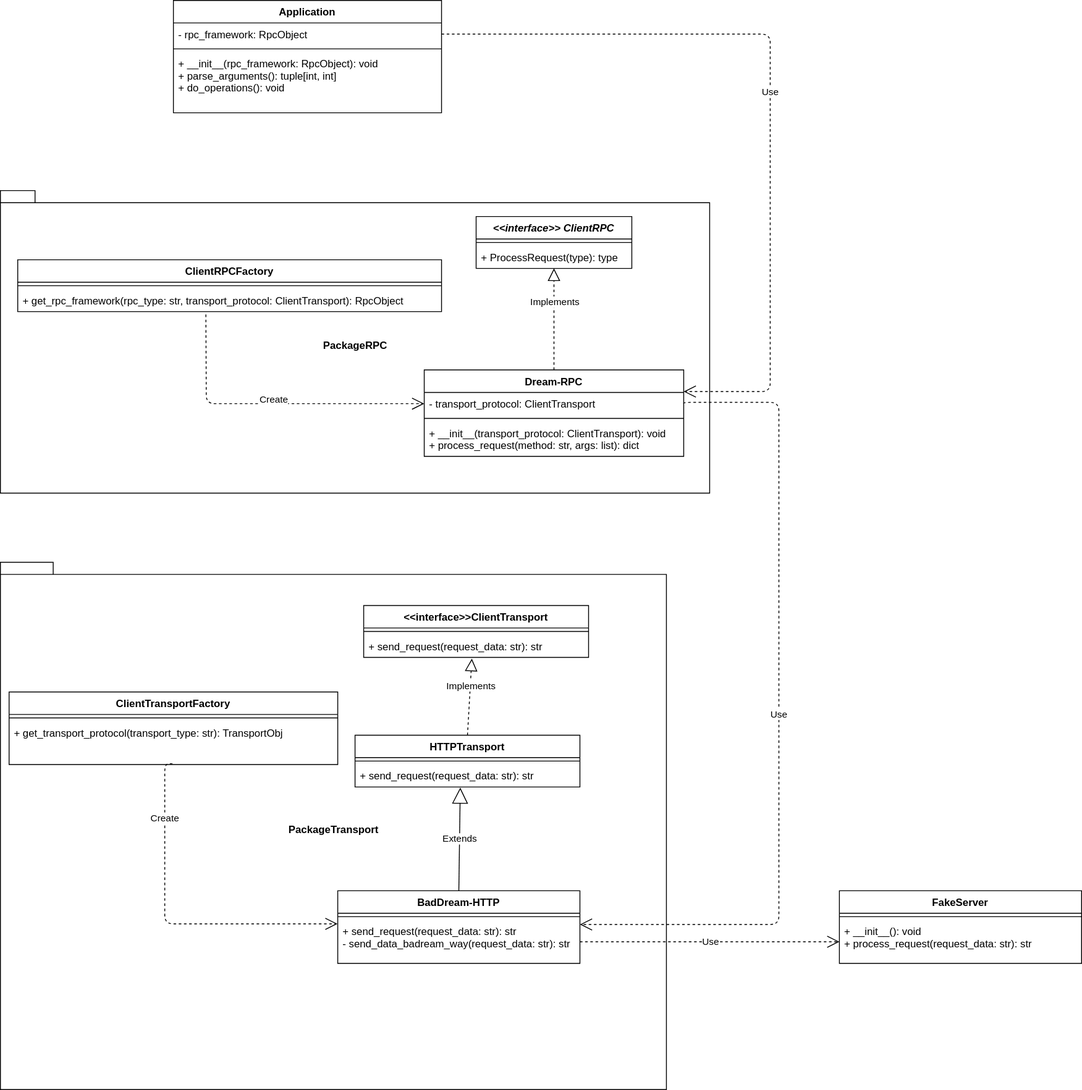
The draw.io diagram 01_Design/02_ClassDiagram.drawio.svg in AbhimanyuMarupaka/RpcFramework, before a commit. Source tidied: cells renumbered, new cells last; positions are measured from the earlier drawing's top-left corner, leaving out a move shared by most shapes. The source it was exported from:
```xml
<mxGraphModel>
  <root>
    <mxCell id="0" />
    <mxCell id="1" parent="0" />
    <mxCell id="2" value="Application" style="swimlane;fontStyle=1;align=center;verticalAlign=top;horizontal=1;startSize=26;" parent="1" vertex="1">
      <mxGeometry x="200" width="310" height="130" as="geometry" />
    </mxCell>
    <mxCell id="3" value="- rpc_framework: RpcObject" style="text;strokeColor=none;fillColor=none;align=left;verticalAlign=top;spacingLeft=4;spacingRight=4;overflow=hidden;points=[[0,0.5],[1,0.5]];portConstraint=eastwest;" parent="2" vertex="1">
      <mxGeometry y="26" width="310" height="26" as="geometry" />
    </mxCell>
    <mxCell id="4" style="line;strokeWidth=1;fillColor=none;align=left;verticalAlign=middle;spacingTop=-1;spacingLeft=3;spacingRight=3;labelPosition=right;strokeColor=inherit;" parent="2" vertex="1">
      <mxGeometry y="52" width="310" height="8" as="geometry" />
    </mxCell>
    <mxCell id="5" value="+ __init__(rpc_framework: RpcObject): void &#10;+ parse_arguments(): tuple[int, int] &#10;+ do_operations(): void" style="text;strokeColor=none;fillColor=none;align=left;verticalAlign=top;spacingLeft=4;spacingRight=4;overflow=hidden;" parent="2" vertex="1">
      <mxGeometry y="60" width="310" height="70" as="geometry" />
    </mxCell>
    <mxCell id="6" value="PackageRPC" style="shape=folder;fontStyle=1;spacingTop=10;tabWidth=40;tabHeight=14;tabPosition=left;html=1;" parent="1" vertex="1">
      <mxGeometry y="220" width="820" height="350" as="geometry" />
    </mxCell>
    <mxCell id="7" value="&lt;&lt;interface&gt;&gt; ClientRPC" style="swimlane;fontStyle=3;align=center;verticalAlign=top;horizontal=1;startSize=26;" parent="1" vertex="1">
      <mxGeometry x="550" y="250" width="180" height="60" as="geometry" />
    </mxCell>
    <mxCell id="8" style="line;strokeWidth=1;fillColor=none;align=left;verticalAlign=middle;spacingTop=-1;spacingLeft=3;spacingRight=3;labelPosition=right;strokeColor=inherit;" parent="7" vertex="1">
      <mxGeometry y="26" width="180" height="8" as="geometry" />
    </mxCell>
    <mxCell id="9" value="+ ProcessRequest(type): type" style="text;strokeColor=none;fillColor=none;align=left;verticalAlign=top;spacingLeft=4;spacingRight=4;overflow=hidden;" parent="7" vertex="1">
      <mxGeometry y="34" width="180" height="26" as="geometry" />
    </mxCell>
    <mxCell id="10" value="Dream-RPC" style="swimlane;fontStyle=1;align=center;verticalAlign=top;horizontal=1;startSize=26;" parent="1" vertex="1">
      <mxGeometry x="490" y="427.5" width="300" height="100" as="geometry" />
    </mxCell>
    <mxCell id="11" value="- transport_protocol: ClientTransport" style="text;strokeColor=none;fillColor=none;align=left;verticalAlign=top;spacingLeft=4;spacingRight=4;overflow=hidden;points=[[0,0.5],[1,0.5]];portConstraint=eastwest;" parent="10" vertex="1">
      <mxGeometry y="26" width="300" height="26" as="geometry" />
    </mxCell>
    <mxCell id="12" style="line;strokeWidth=1;fillColor=none;align=left;verticalAlign=middle;spacingTop=-1;spacingLeft=3;spacingRight=3;labelPosition=right;strokeColor=inherit;" parent="10" vertex="1">
      <mxGeometry y="52" width="300" height="8" as="geometry" />
    </mxCell>
    <mxCell id="13" value="+ __init__(transport_protocol: ClientTransport): void &#10;+ process_request(method: str, args: list): dict" style="text;strokeColor=none;fillColor=none;align=left;verticalAlign=top;spacingLeft=4;spacingRight=4;overflow=hidden;" parent="10" vertex="1">
      <mxGeometry y="60" width="300" height="40" as="geometry" />
    </mxCell>
    <mxCell id="14" style="endArrow=block;dashed=1;endFill=0;endSize=12;html=1;exitX=0.5;exitY=0;exitDx=0;exitDy=0;entryX=0.5;entryY=1;entryDx=0;entryDy=0;" parent="1" edge="1" source="10" target="7">
      <mxGeometry relative="1" as="geometry" />
    </mxCell>
    <mxCell id="15" value="Implements" style="edgeLabel;html=1;align=center;verticalAlign=middle;" parent="14" vertex="1">
      <mxGeometry x="0.53" y="-4" relative="1" as="geometry">
        <mxPoint x="-4" y="10" as="offset" />
      </mxGeometry>
    </mxCell>
    <mxCell id="16" value="ClientRPCFactory" style="swimlane;fontStyle=1;align=center;verticalAlign=top;horizontal=1;startSize=26;" parent="1" vertex="1">
      <mxGeometry x="20" y="300" width="490" height="60" as="geometry" />
    </mxCell>
    <mxCell id="17" style="line;strokeWidth=1;fillColor=none;align=left;verticalAlign=middle;spacingTop=-1;spacingLeft=3;spacingRight=3;labelPosition=right;strokeColor=inherit;" parent="16" vertex="1">
      <mxGeometry y="26" width="490" height="8" as="geometry" />
    </mxCell>
    <mxCell id="18" value="+ get_rpc_framework(rpc_type: str, transport_protocol: ClientTransport): RpcObject" style="text;strokeColor=none;fillColor=none;align=left;verticalAlign=top;spacingLeft=4;spacingRight=4;overflow=hidden;points=[[0,0.5],[1,0.5]];portConstraint=eastwest;" parent="16" vertex="1">
      <mxGeometry y="34" width="490" height="26" as="geometry" />
    </mxCell>
    <mxCell id="19" value="PackageTransport" style="shape=folder;fontStyle=1;spacingTop=10;tabWidth=40;tabHeight=14;tabPosition=left;html=1;" parent="1" vertex="1">
      <mxGeometry y="650" width="770" height="610" as="geometry" />
    </mxCell>
    <mxCell id="20" value="BadDream-HTTP" style="swimlane;fontStyle=1;align=center;verticalAlign=top;horizontal=1;startSize=26;rotation=0;" parent="1" vertex="1">
      <mxGeometry x="390" y="1030" width="280" height="84" as="geometry" />
    </mxCell>
    <mxCell id="21" style="line;strokeWidth=1;fillColor=none;align=left;verticalAlign=middle;spacingTop=-1;spacingLeft=3;spacingRight=3;labelPosition=right;strokeColor=inherit;" parent="20" vertex="1">
      <mxGeometry y="26" width="280" height="8" as="geometry" />
    </mxCell>
    <mxCell id="22" value="+ send_request(request_data: str): str &#10;- send_data_badream_way(request_data: str): str " style="text;strokeColor=none;fillColor=none;align=left;verticalAlign=top;spacingLeft=4;spacingRight=4;overflow=hidden;points=[[0,0.5],[1,0.5]];portConstraint=eastwest;" parent="20" vertex="1">
      <mxGeometry y="34" width="280" height="50" as="geometry" />
    </mxCell>
    <mxCell id="23" value="HTTPTransport" style="swimlane;fontStyle=1;align=center;verticalAlign=top;horizontal=1;startSize=26;rotation=0;" parent="1" vertex="1">
      <mxGeometry x="410" y="850" width="260" height="60" as="geometry" />
    </mxCell>
    <mxCell id="24" style="line;strokeWidth=1;fillColor=none;align=left;verticalAlign=middle;spacingTop=-1;spacingLeft=3;spacingRight=3;labelPosition=right;strokeColor=inherit;" parent="23" vertex="1">
      <mxGeometry y="26" width="260" height="8" as="geometry" />
    </mxCell>
    <mxCell id="25" value="+ send_request(request_data: str): str" style="text;strokeColor=none;fillColor=none;align=left;verticalAlign=top;spacingLeft=4;spacingRight=4;overflow=hidden;points=[[0,0.5],[1,0.5]];portConstraint=eastwest;" parent="23" vertex="1">
      <mxGeometry y="34" width="260" height="26" as="geometry" />
    </mxCell>
    <mxCell id="26" style="endArrow=block;dashed=1;endFill=0;endSize=12;html=1;exitX=0.5;exitY=0;exitDx=0;exitDy=0;entryX=0.481;entryY=1.058;entryDx=0;entryDy=0;entryPerimeter=0;" parent="1" edge="1" source="23" target="35">
      <mxGeometry relative="1" as="geometry" />
    </mxCell>
    <mxCell id="27" value="Implements" style="edgeLabel;html=1;align=center;verticalAlign=middle;" parent="26" vertex="1">
      <mxGeometry x="0.53" y="-4" relative="1" as="geometry">
        <mxPoint x="-4" y="10" as="offset" />
      </mxGeometry>
    </mxCell>
    <mxCell id="28" value="Extends" style="endArrow=block;endSize=16;endFill=0;html=1;exitX=0.5;exitY=0;exitDx=0;exitDy=0;entryX=0.468;entryY=1.026;entryDx=0;entryDy=0;entryPerimeter=0;elbow=vertical;" parent="1" edge="1" source="20" target="25">
      <mxGeometry relative="1" as="geometry" />
    </mxCell>
    <mxCell id="29" value="Create" style="endArrow=open;endSize=12;dashed=1;html=1;exitX=0.444;exitY=1.128;exitDx=0;exitDy=0;exitPerimeter=0;entryX=0;entryY=0.5;entryDx=0;entryDy=0;edgeStyle=elbowEdgeStyle;" parent="1" edge="1" source="18" target="11">
      <mxGeometry x="0.02" y="5" relative="1" as="geometry">
        <Array as="points">
          <mxPoint x="238" y="380" />
          <mxPoint x="100" y="465" />
        </Array>
      </mxGeometry>
    </mxCell>
    <mxCell id="30" value="Create" style="endArrow=open;endSize=12;dashed=1;html=1;edgeStyle=elbowEdgeStyle;exitX=0.497;exitY=0.98;exitDx=0;exitDy=0;exitPerimeter=0;entryX=-0.001;entryY=0.086;entryDx=0;entryDy=0;entryPerimeter=0;" parent="1" edge="1" source="38" target="22">
      <mxGeometry x="-0.64" relative="1" as="geometry">
        <Array as="points">
          <mxPoint x="190" y="1030" />
          <mxPoint x="184" y="1010" />
          <mxPoint x="114" y="960" />
          <mxPoint x="80" y="995.7" />
        </Array>
      </mxGeometry>
    </mxCell>
    <mxCell id="31" value="Use" style="endArrow=open;endSize=12;dashed=1;html=1;exitX=1;exitY=0.5;exitDx=0;exitDy=0;edgeStyle=elbowEdgeStyle;entryX=1;entryY=0.25;entryDx=0;entryDy=0;" parent="1" edge="1" source="3" target="10">
      <mxGeometry relative="1" as="geometry">
        <Array as="points">
          <mxPoint x="890" y="230" />
          <mxPoint x="680" y="180" />
        </Array>
      </mxGeometry>
    </mxCell>
    <mxCell id="32" value="Use" style="endArrow=open;endSize=12;dashed=1;html=1;exitX=1;exitY=0.5;exitDx=0;exitDy=0;edgeStyle=orthogonalEdgeStyle;" parent="1" edge="1" source="11">
      <mxGeometry relative="1" as="geometry">
        <mxPoint x="670" y="1069" as="targetPoint" />
        <Array as="points">
          <mxPoint x="900" y="465" />
          <mxPoint x="900" y="1069" />
        </Array>
      </mxGeometry>
    </mxCell>
    <mxCell id="33" value="&lt;&lt;interface&gt;&gt;ClientTransport" style="swimlane;fontStyle=1;align=center;verticalAlign=top;horizontal=1;startSize=26;rotation=0;" parent="1" vertex="1">
      <mxGeometry x="420" y="700" width="260" height="60" as="geometry" />
    </mxCell>
    <mxCell id="34" style="line;strokeWidth=1;fillColor=none;align=left;verticalAlign=middle;spacingTop=-1;spacingLeft=3;spacingRight=3;labelPosition=right;strokeColor=inherit;" parent="33" vertex="1">
      <mxGeometry y="26" width="260" height="8" as="geometry" />
    </mxCell>
    <mxCell id="35" value="+ send_request(request_data: str): str" style="text;strokeColor=none;fillColor=none;align=left;verticalAlign=top;spacingLeft=4;spacingRight=4;overflow=hidden;points=[[0,0.5],[1,0.5]];portConstraint=eastwest;" parent="33" vertex="1">
      <mxGeometry y="34" width="260" height="26" as="geometry" />
    </mxCell>
    <mxCell id="36" value="ClientTransportFactory" style="swimlane;fontStyle=1;align=center;verticalAlign=top;horizontal=1;startSize=26;rotation=0;" parent="1" vertex="1">
      <mxGeometry x="10" y="800" width="380" height="84" as="geometry" />
    </mxCell>
    <mxCell id="37" style="line;strokeWidth=1;fillColor=none;align=left;verticalAlign=middle;spacingTop=-1;spacingLeft=3;spacingRight=3;labelPosition=right;strokeColor=inherit;" parent="36" vertex="1">
      <mxGeometry y="26" width="380" height="8" as="geometry" />
    </mxCell>
    <mxCell id="38" value="+ get_transport_protocol(transport_type: str): TransportObj" style="text;strokeColor=none;fillColor=none;align=left;verticalAlign=top;spacingLeft=4;spacingRight=4;overflow=hidden;points=[[0,0.5],[1,0.5]];portConstraint=eastwest;" parent="36" vertex="1">
      <mxGeometry y="34" width="380" height="50" as="geometry" />
    </mxCell>
    <mxCell id="39" value="FakeServer" style="swimlane;fontStyle=1;align=center;verticalAlign=top;horizontal=1;startSize=26;rotation=0;" parent="1" vertex="1">
      <mxGeometry x="970" y="1030" width="280" height="84" as="geometry" />
    </mxCell>
    <mxCell id="40" style="line;strokeWidth=1;fillColor=none;align=left;verticalAlign=middle;spacingTop=-1;spacingLeft=3;spacingRight=3;labelPosition=right;strokeColor=inherit;" parent="39" vertex="1">
      <mxGeometry y="26" width="280" height="8" as="geometry" />
    </mxCell>
    <mxCell id="41" value=" + __init__(): void &#10;+ process_request(request_data: str): str" style="text;strokeColor=none;fillColor=none;align=left;verticalAlign=top;spacingLeft=4;spacingRight=4;overflow=hidden;points=[[0,0.5],[1,0.5]];portConstraint=eastwest;" parent="39" vertex="1">
      <mxGeometry y="34" width="280" height="50" as="geometry" />
    </mxCell>
    <mxCell id="42" value="Use" style="endArrow=open;endSize=12;dashed=1;html=1;exitX=1;exitY=0.5;exitDx=0;exitDy=0;" parent="1" edge="1" source="22" target="41">
      <mxGeometry relative="1" as="geometry" />
    </mxCell>
  </root>
</mxGraphModel>
```
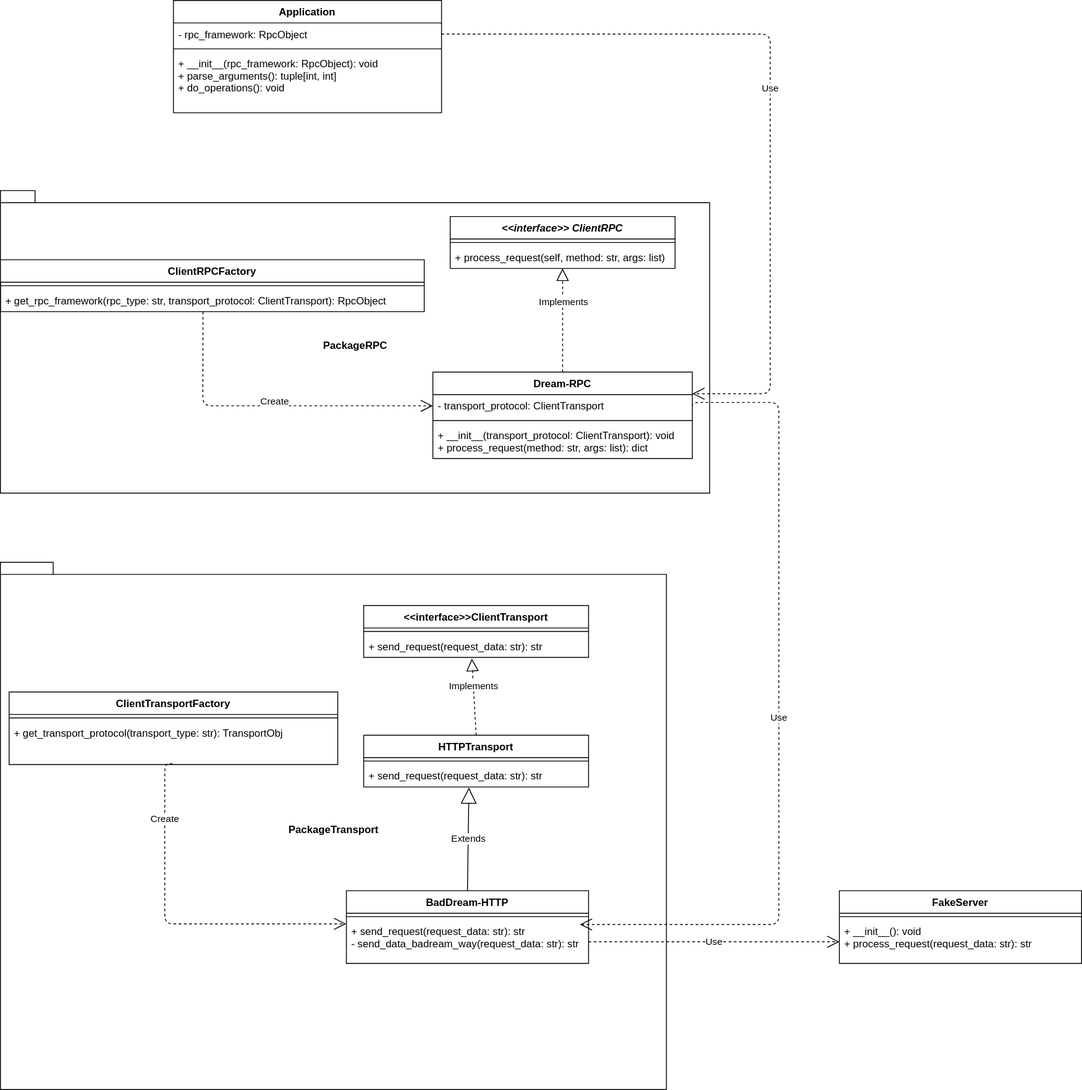
Later version of the same file.

Commit message:
Correct the ClientTransport interface file method.

What changed in the source:
```diff
@@ -18,16 +18,16 @@
       <mxGeometry y="220" width="820" height="350" as="geometry" />
     </mxCell>
     <mxCell id="7" value="&lt;&lt;interface&gt;&gt; ClientRPC" style="swimlane;fontStyle=3;align=center;verticalAlign=top;horizontal=1;startSize=26;" parent="1" vertex="1">
-      <mxGeometry x="550" y="250" width="180" height="60" as="geometry" />
+      <mxGeometry x="520" y="250" width="260" height="60" as="geometry" />
     </mxCell>
     <mxCell id="8" style="line;strokeWidth=1;fillColor=none;align=left;verticalAlign=middle;spacingTop=-1;spacingLeft=3;spacingRight=3;labelPosition=right;strokeColor=inherit;" parent="7" vertex="1">
-      <mxGeometry y="26" width="180" height="8" as="geometry" />
+      <mxGeometry y="26" width="260" height="8" as="geometry" />
     </mxCell>
-    <mxCell id="9" value="+ ProcessRequest(type): type" style="text;strokeColor=none;fillColor=none;align=left;verticalAlign=top;spacingLeft=4;spacingRight=4;overflow=hidden;" parent="7" vertex="1">
-      <mxGeometry y="34" width="180" height="26" as="geometry" />
+    <mxCell id="9" value="+ process_request(self, method: str, args: list)" style="text;strokeColor=none;fillColor=none;align=left;verticalAlign=top;spacingLeft=4;spacingRight=4;overflow=hidden;" parent="7" vertex="1">
+      <mxGeometry y="34" width="260" height="26" as="geometry" />
     </mxCell>
     <mxCell id="10" value="Dream-RPC" style="swimlane;fontStyle=1;align=center;verticalAlign=top;horizontal=1;startSize=26;" parent="1" vertex="1">
-      <mxGeometry x="490" y="427.5" width="300" height="100" as="geometry" />
+      <mxGeometry x="500" y="430" width="300" height="100" as="geometry" />
     </mxCell>
     <mxCell id="11" value="- transport_protocol: ClientTransport" style="text;strokeColor=none;fillColor=none;align=left;verticalAlign=top;spacingLeft=4;spacingRight=4;overflow=hidden;points=[[0,0.5],[1,0.5]];portConstraint=eastwest;" parent="10" vertex="1">
       <mxGeometry y="26" width="300" height="26" as="geometry" />
@@ -47,7 +47,7 @@
       </mxGeometry>
     </mxCell>
     <mxCell id="16" value="ClientRPCFactory" style="swimlane;fontStyle=1;align=center;verticalAlign=top;horizontal=1;startSize=26;" parent="1" vertex="1">
-      <mxGeometry x="20" y="300" width="490" height="60" as="geometry" />
+      <mxGeometry y="300" width="490" height="60" as="geometry" />
     </mxCell>
     <mxCell id="17" style="line;strokeWidth=1;fillColor=none;align=left;verticalAlign=middle;spacingTop=-1;spacingLeft=3;spacingRight=3;labelPosition=right;strokeColor=inherit;" parent="16" vertex="1">
       <mxGeometry y="26" width="490" height="8" as="geometry" />
@@ -59,7 +59,7 @@
       <mxGeometry y="650" width="770" height="610" as="geometry" />
     </mxCell>
     <mxCell id="20" value="BadDream-HTTP" style="swimlane;fontStyle=1;align=center;verticalAlign=top;horizontal=1;startSize=26;rotation=0;" parent="1" vertex="1">
-      <mxGeometry x="390" y="1030" width="280" height="84" as="geometry" />
+      <mxGeometry x="400" y="1030" width="280" height="84" as="geometry" />
     </mxCell>
     <mxCell id="21" style="line;strokeWidth=1;fillColor=none;align=left;verticalAlign=middle;spacingTop=-1;spacingLeft=3;spacingRight=3;labelPosition=right;strokeColor=inherit;" parent="20" vertex="1">
       <mxGeometry y="26" width="280" height="8" as="geometry" />
@@ -68,7 +68,7 @@
       <mxGeometry y="34" width="280" height="50" as="geometry" />
     </mxCell>
     <mxCell id="23" value="HTTPTransport" style="swimlane;fontStyle=1;align=center;verticalAlign=top;horizontal=1;startSize=26;rotation=0;" parent="1" vertex="1">
-      <mxGeometry x="410" y="850" width="260" height="60" as="geometry" />
+      <mxGeometry x="420" y="850" width="260" height="60" as="geometry" />
     </mxCell>
     <mxCell id="24" style="line;strokeWidth=1;fillColor=none;align=left;verticalAlign=middle;spacingTop=-1;spacingLeft=3;spacingRight=3;labelPosition=right;strokeColor=inherit;" parent="23" vertex="1">
       <mxGeometry y="26" width="260" height="8" as="geometry" />
@@ -87,9 +87,10 @@
     <mxCell id="28" value="Extends" style="endArrow=block;endSize=16;endFill=0;html=1;exitX=0.5;exitY=0;exitDx=0;exitDy=0;entryX=0.468;entryY=1.026;entryDx=0;entryDy=0;entryPerimeter=0;elbow=vertical;" parent="1" edge="1" source="20" target="25">
       <mxGeometry relative="1" as="geometry" />
     </mxCell>
-    <mxCell id="29" value="Create" style="endArrow=open;endSize=12;dashed=1;html=1;exitX=0.444;exitY=1.128;exitDx=0;exitDy=0;exitPerimeter=0;entryX=0;entryY=0.5;entryDx=0;entryDy=0;edgeStyle=elbowEdgeStyle;" parent="1" edge="1" source="18" target="11">
+    <mxCell id="29" value="Create" style="endArrow=open;endSize=12;dashed=1;html=1;exitX=0.478;exitY=1.008;exitDx=0;exitDy=0;exitPerimeter=0;entryX=0;entryY=0.5;entryDx=0;entryDy=0;edgeStyle=elbowEdgeStyle;" parent="1" edge="1" source="18" target="11">
       <mxGeometry x="0.02" y="5" relative="1" as="geometry">
         <Array as="points">
+          <mxPoint x="234" y="400" />
           <mxPoint x="238" y="380" />
           <mxPoint x="100" y="465" />
         </Array>
```
